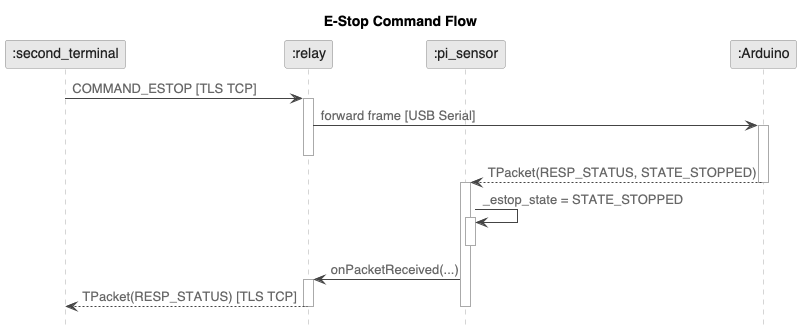
vanillashake17/epp2-updated keeps this PlantUML diagram as code1/diagrams/E_Stop_Command_Flow.png. Above is the earlier version. Source of this version:
```plantuml
@startuml seq_estop
skinparam backgroundColor white
skinparam defaultFontName "Helvetica"
skinparam sequenceArrowColor #444444
skinparam sequenceArrowFontColor #666666
skinparam sequenceLifeLineBorderColor #aaaaaa
skinparam sequenceLifeLineBackgroundColor white
skinparam participantBackgroundColor #e8e8e8
skinparam participantBorderColor #888888
skinparam participantFontColor #222222
skinparam activationBarBackgroundColor #d0d0d0
skinparam activationBarBorderColor #888888
skinparam noteBackgroundColor #f0f0f0
skinparam noteBorderColor #aaaaaa
skinparam noteFontColor #333333
hide footbox

title E-Stop Command Flow

participant ":second_terminal" as st
participant ":relay" as relay
participant ":pi_sensor" as pi
participant ":Arduino" as ard

st -> relay : COMMAND_ESTOP [TLS TCP]
activate relay
relay -> ard : forward frame [USB Serial]
activate ard
deactivate relay

ard --> pi : TPacket(RESP_STATUS, STATE_STOPPED)
deactivate ard

activate pi
pi -> pi : _estop_state = STATE_STOPPED
activate pi
deactivate pi

pi -> relay : onPacketReceived(...)
activate relay
relay --> st : TPacket(RESP_STATUS) [TLS TCP]
deactivate relay
deactivate pi

@enduml
```
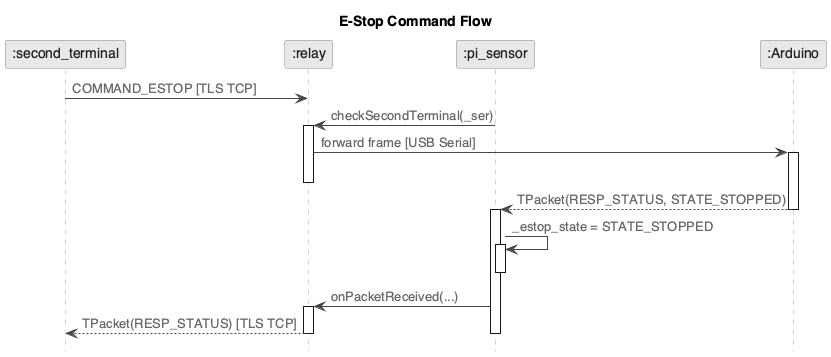
After the commit.

Commit message:
fix(diagrams): remove RESP_OK from estop flow

What changed in the source:
```diff
@@ -23,6 +23,8 @@
 participant ":Arduino" as ard
 
 st -> relay : COMMAND_ESTOP [TLS TCP]
+
+pi -> relay : checkSecondTerminal(_ser)
 activate relay
 relay -> ard : forward frame [USB Serial]
 activate ard
```
